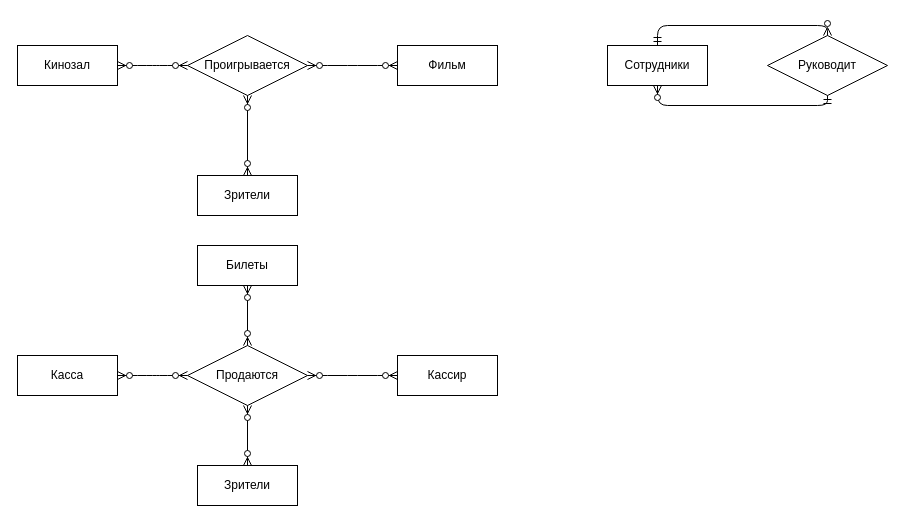
Before: ER.drawio in qbr-dude/CourseWork_CSM, a draw.io diagram. Source tidied: cells renumbered, new cells numbered last; positions are measured from the earlier drawing's top-left corner, leaving out a move shared by most shapes. Both pictures are drawn from the tidied source at 100%, with x=0, y=0 at pixel (17, 35).
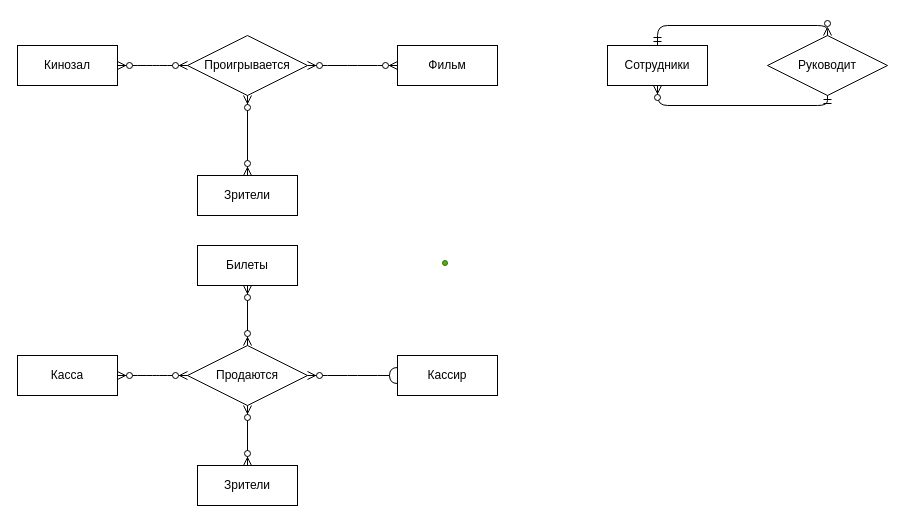
The same diagram, later.

The change refers to these unchanged cells:
```xml
<mxCell id="10" value="Кассир" style="whiteSpace=wrap;html=1;align=center;" parent="1" vertex="1">
  <mxGeometry x="380" y="320" width="100" height="40" as="geometry" />
</mxCell>
<mxCell id="11" value="Продаются" style="shape=rhombus;perimeter=rhombusPerimeter;whiteSpace=wrap;html=1;align=center;" parent="1" vertex="1">
  <mxGeometry x="170" y="310" width="120" height="60" as="geometry" />
</mxCell>
```

Diff of the diagram source:
```diff
@@
-    <mxCell id="16" style="edgeStyle=entityRelationEdgeStyle;fontSize=12;html=1;endArrow=ERzeroToMany;endFill=1;startArrow=ERzeroToMany;exitX=1;exitY=0.5;exitDx=0;exitDy=0;entryX=0;entryY=0.5;entryDx=0;entryDy=0;" parent="1" edge="1" source="11" target="10">
+    <mxCell id="16" style="edgeStyle=entityRelationEdgeStyle;fontSize=12;html=1;endArrow=halfCircle;endFill=0;startArrow=ERzeroToMany;exitX=1;exitY=0.5;exitDx=0;exitDy=0;entryX=0;entryY=0.5;entryDx=0;entryDy=0;" parent="1" edge="1" source="11" target="10">
       <mxGeometry relative="1" as="geometry" />
     </mxCell>
@@
+    <mxCell id="22" style="ellipse;whiteSpace=wrap;html=1;fillColor=#60a917;strokeColor=#2D7600;fontColor=#ffffff;" parent="1" vertex="1">
+      <mxGeometry x="425" y="225" width="5" height="5" as="geometry" />
+    </mxCell>
```
